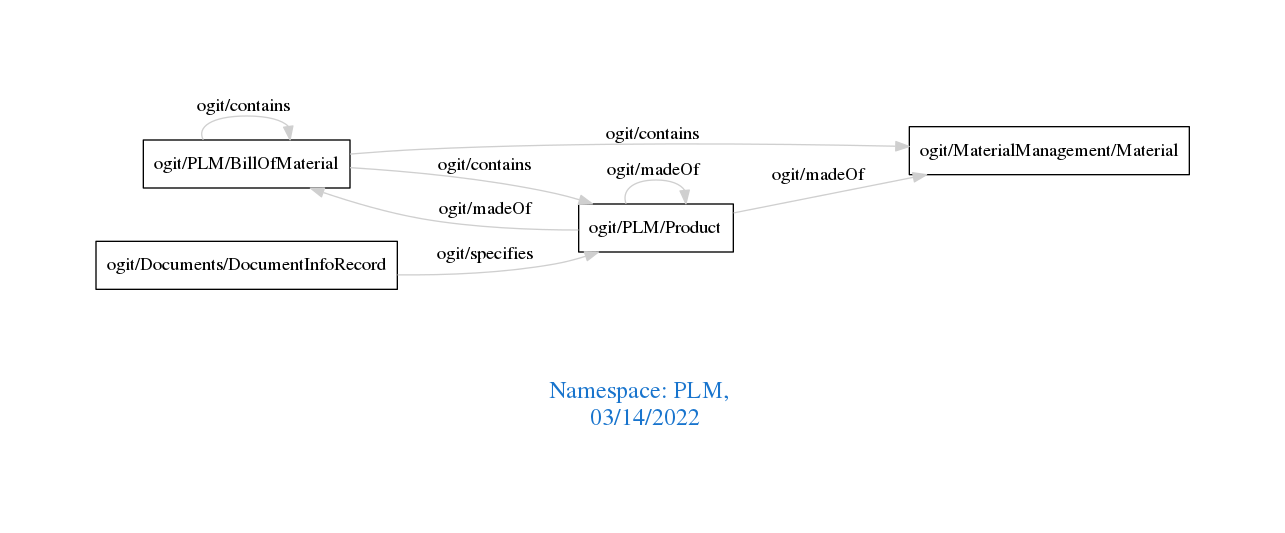
arago/OGIT keeps this Graphviz diagram as downloads/PLM.png. Above is the earlier version. Its source is kept beside it as downloads/PLM.dot.
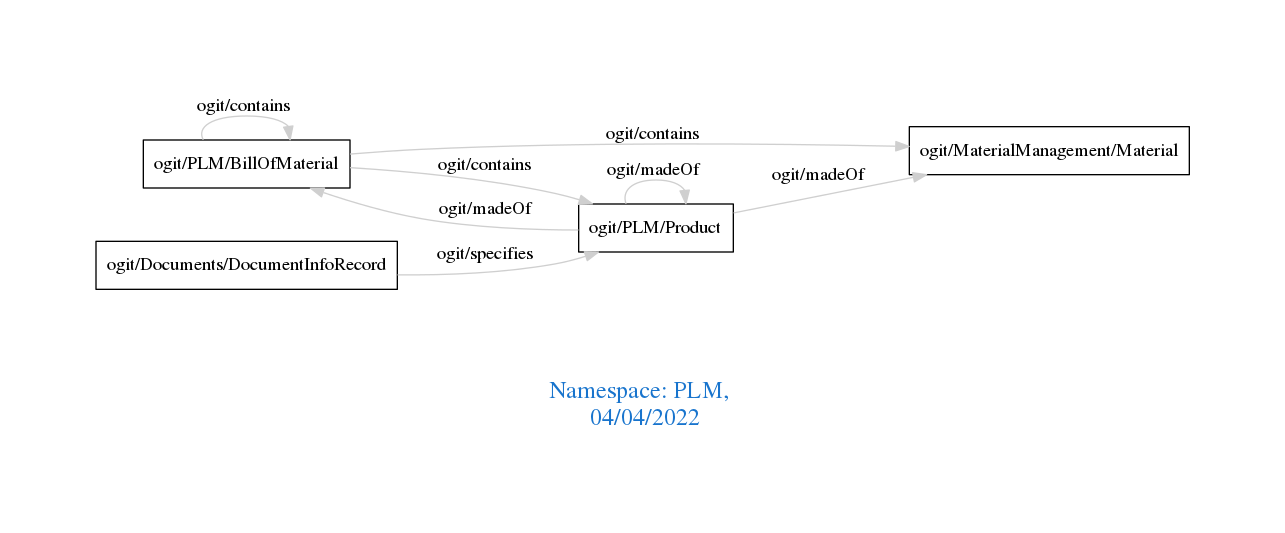
Later version of the same file.

The edit, as a diff of the source:
```diff
@@ -1,7 +1,7 @@
 digraph OGIT_ontology {
  graph [ rankdir= LR,pad=1
 fontsize = 18,
-fontcolor= dodgerblue3,label = "\n\n\nNamespace: PLM, \n 03/14/2022"];
+fontcolor= dodgerblue3,label = "\n\n\nNamespace: PLM, \n 04/04/2022"];
 node[shape=polygon];
 edge [  color="gray81"];
 
```
